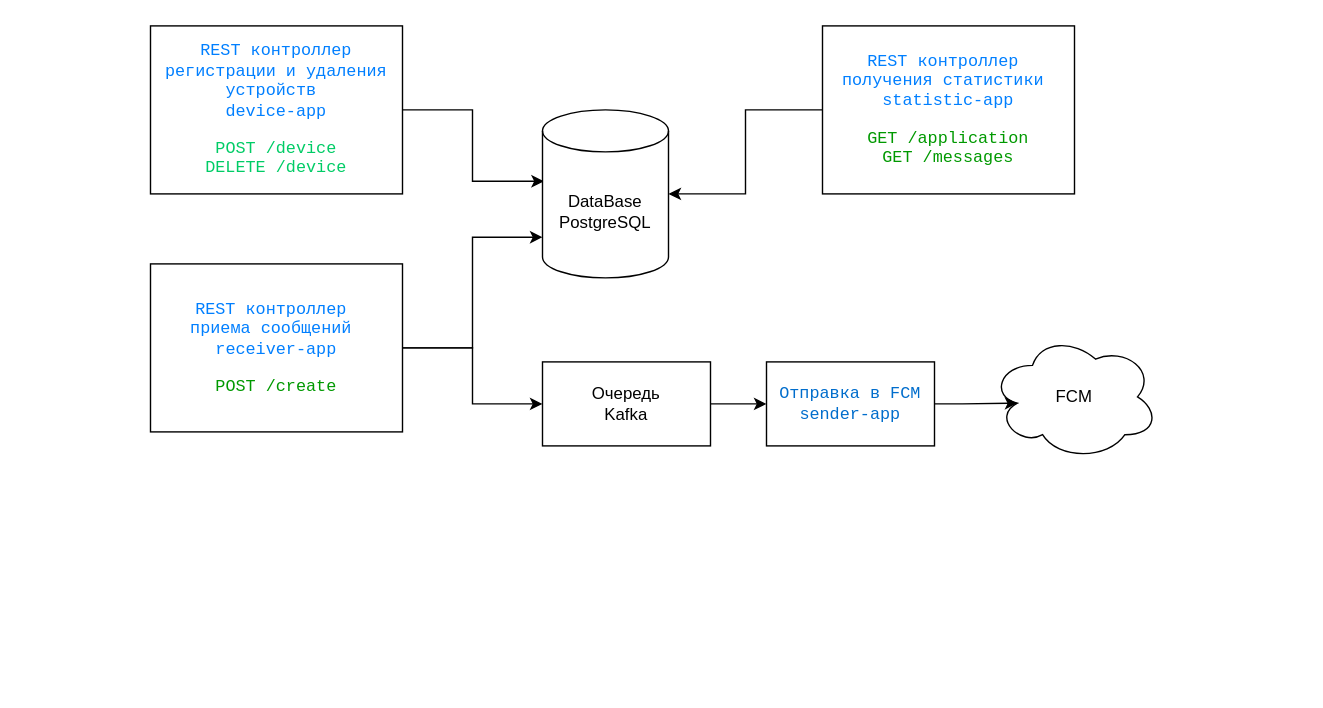
Earlier version of the draw.io diagram doc/diag.drawio (cherepakhin/lot4). Source tidied: cells renumbered, new cells numbered last; positions are measured from the earlier drawing's top-left corner, leaving out a move shared by most shapes. Both pictures are drawn from the tidied source at 140%, with x=0, y=0 at pixel (150, 25).
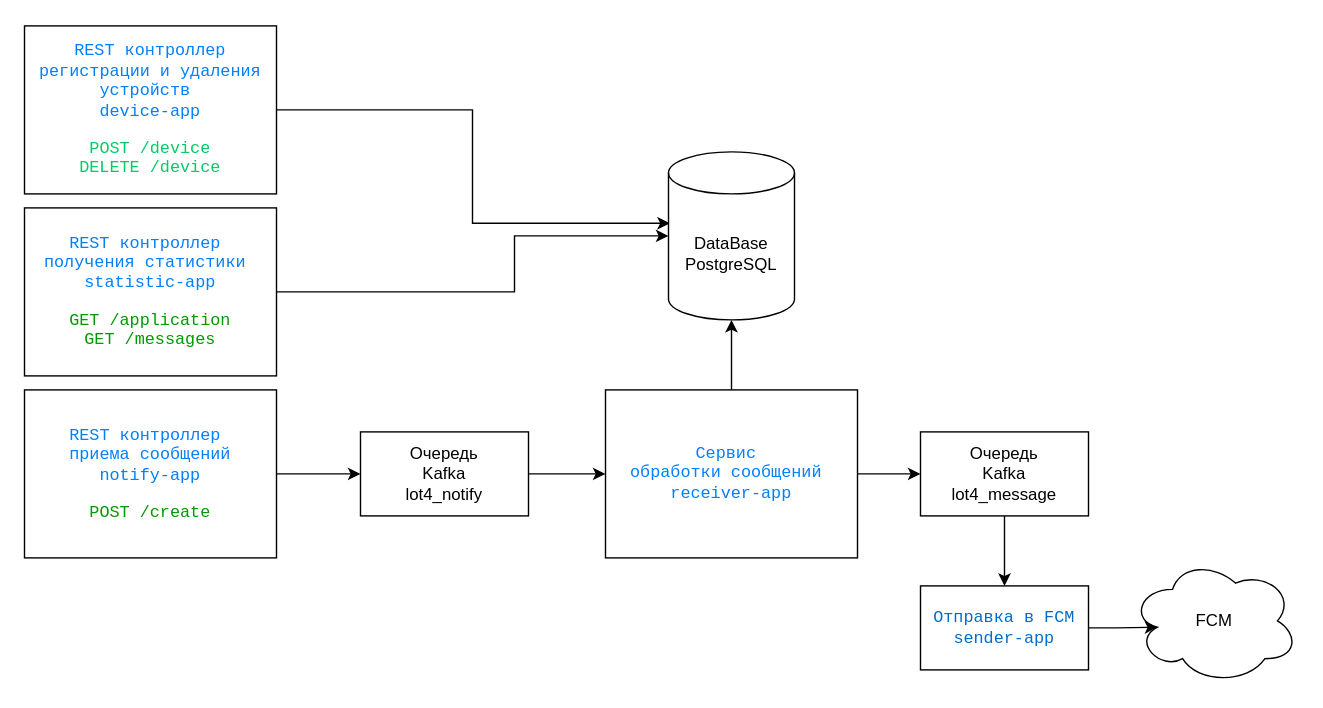
After the change.

Change to the diagram source:
```diff
@@
     <mxCell id="3" value="&lt;pre style=&quot;background-color: rgb(255 , 255 , 255) ; font-family: &amp;#34;liberation mono&amp;#34; , monospace&quot;&gt;&lt;font color=&quot;#007fff&quot;&gt;REST контроллер&lt;br&gt;регистрации и удаления&lt;br&gt;устройств &lt;br&gt;device-app&lt;/font&gt;&lt;/pre&gt;&lt;pre style=&quot;background-color: rgb(255 , 255 , 255) ; font-family: &amp;#34;liberation mono&amp;#34; , monospace&quot;&gt;&lt;pre style=&quot;font-family: &amp;#34;liberation mono&amp;#34; , monospace&quot;&gt;&lt;font color=&quot;#00cc66&quot;&gt;POST /device&lt;br/&gt;DELETE /device&lt;/font&gt;&lt;/pre&gt;&lt;/pre&gt;" style="rounded=0;whiteSpace=wrap;html=1;" parent="1" vertex="1">
-      <mxGeometry width="180" height="120" as="geometry" />
+      <mxGeometry x="-90" width="180" height="120" as="geometry" />
     </mxCell>
+    <mxCell id="5" style="edgeStyle=orthogonalEdgeStyle;rounded=0;jettySize=auto;html=1;exitX=1;exitY=0.5;exitDx=0;exitDy=0;entryX=0;entryY=0.5;entryDx=0;entryDy=0;" parent="1" edge="1" source="6" target="9">
+      <mxGeometry relative="1" as="geometry" />
+    </mxCell>
-    <mxCell id="4" style="edgeStyle=orthogonalEdgeStyle;rounded=0;jettySize=auto;html=1;exitX=1;exitY=0.5;exitDx=0;exitDy=0;entryX=0;entryY=0.758;entryDx=0;entryDy=0;entryPerimeter=0;" parent="1" edge="1" source="6" target="7">
+    <mxCell id="4" style="edgeStyle=orthogonalEdgeStyle;rounded=0;jettySize=auto;html=1;exitX=0.5;exitY=0;exitDx=0;exitDy=0;" parent="1" edge="1" source="6" target="7">
       <mxGeometry relative="1" as="geometry" />
     </mxCell>
-    <mxCell id="5" style="edgeStyle=orthogonalEdgeStyle;rounded=0;jettySize=auto;html=1;exitX=1;exitY=0.5;exitDx=0;exitDy=0;entryX=0;entryY=0.5;entryDx=0;entryDy=0;" parent="1" edge="1" source="6" target="9">
-      <mxGeometry relative="1" as="geometry" />
-    </mxCell>
-    <mxCell id="6" value="&lt;pre style=&quot;background-color: rgb(255 , 255 , 255) ; font-family: &amp;#34;liberation mono&amp;#34; , monospace&quot;&gt;&lt;font color=&quot;#007fff&quot;&gt;REST контроллер &lt;br&gt;приема сообщений &lt;br&gt;receiver-app&lt;/font&gt;&lt;/pre&gt;&lt;pre style=&quot;background-color: rgb(255 , 255 , 255) ; font-family: &amp;#34;liberation mono&amp;#34; , monospace&quot;&gt;&lt;font color=&quot;#009900&quot;&gt;POST /create&lt;/font&gt;&lt;/pre&gt;" style="rounded=0;whiteSpace=wrap;html=1;" parent="1" vertex="1">
-      <mxGeometry y="170" width="180" height="120" as="geometry" />
+    <mxCell id="6" value="&lt;pre style=&quot;background-color: rgb(255 , 255 , 255) ; font-family: &amp;#34;liberation mono&amp;#34; , monospace&quot;&gt;&lt;font color=&quot;#007fff&quot;&gt;Сервис &lt;br&gt;обработки сообщений &lt;br&gt;receiver-app&lt;/font&gt;&lt;/pre&gt;" style="rounded=0;whiteSpace=wrap;html=1;" parent="1" vertex="1">
+      <mxGeometry x="325" y="260" width="180" height="120" as="geometry" />
     </mxCell>
     <mxCell id="7" value="DataBase&lt;br&gt;PostgreSQL" style="shape=cylinder3;whiteSpace=wrap;html=1;boundedLbl=1;backgroundOutline=1;size=15;" parent="1" vertex="1">
-      <mxGeometry x="280" y="60" width="90" height="120" as="geometry" />
+      <mxGeometry x="370" y="90" width="90" height="120" as="geometry" />
     </mxCell>
-    <mxCell id="8" style="edgeStyle=orthogonalEdgeStyle;rounded=0;jettySize=auto;html=1;exitX=1;exitY=0.5;exitDx=0;exitDy=0;entryX=0;entryY=0.5;entryDx=0;entryDy=0;" parent="1" edge="1" source="9" target="12">
+    <mxCell id="8" style="edgeStyle=orthogonalEdgeStyle;rounded=0;jettySize=auto;html=1;exitX=0.5;exitY=1;exitDx=0;exitDy=0;" parent="1" edge="1" source="9" target="12">
       <mxGeometry relative="1" as="geometry" />
     </mxCell>
-    <mxCell id="9" value="Очередь&lt;br&gt;Kafka" style="rounded=0;whiteSpace=wrap;html=1;" parent="1" vertex="1">
-      <mxGeometry x="280" y="240" width="120" height="60" as="geometry" />
+    <mxCell id="9" value="Очередь&lt;br&gt;Kafka&lt;br&gt;lot4_message" style="rounded=0;whiteSpace=wrap;html=1;" parent="1" vertex="1">
+      <mxGeometry x="550" y="290" width="120" height="60" as="geometry" />
     </mxCell>
     <mxCell id="10" value="FCM" style="ellipse;shape=cloud;whiteSpace=wrap;html=1;" parent="1" vertex="1">
-      <mxGeometry x="600" y="220" width="120" height="90" as="geometry" />
+      <mxGeometry x="700" y="380" width="120" height="90" as="geometry" />
     </mxCell>
@@
     <mxCell id="12" value="&lt;pre style=&quot;background-color: #ffffff ; color: #080808 ; font-family: &amp;#34;liberation mono&amp;#34; , monospace ; font-size: 9 8pt&quot;&gt;&lt;span style=&quot;color: #006dcc&quot;&gt;Отправка в FCM&lt;br/&gt;sender-app&lt;/span&gt;&lt;/pre&gt;" style="rounded=0;whiteSpace=wrap;html=1;" parent="1" vertex="1">
-      <mxGeometry x="440" y="240" width="120" height="60" as="geometry" />
+      <mxGeometry x="550" y="400" width="120" height="60" as="geometry" />
     </mxCell>
-    <mxCell id="13" style="edgeStyle=orthogonalEdgeStyle;rounded=0;jettySize=auto;html=1;exitX=0;exitY=0.5;exitDx=0;exitDy=0;entryX=1;entryY=0.5;entryDx=0;entryDy=0;entryPerimeter=0;" parent="1" edge="1" source="14" target="7">
-      <mxGeometry relative="1" as="geometry" />
+    <mxCell id="13" style="edgeStyle=orthogonalEdgeStyle;rounded=0;jettySize=auto;html=1;exitX=0.5;exitY=0;exitDx=0;exitDy=0;entryX=0;entryY=0.5;entryDx=0;entryDy=0;entryPerimeter=0;" parent="1" edge="1" source="14" target="7">
+      <mxGeometry relative="1" as="geometry">
+        <Array as="points">
+          <mxPoint x="260" y="190" />
+          <mxPoint x="260" y="150" />
+        </Array>
+      </mxGeometry>
     </mxCell>
-    <mxCell id="14" value="&lt;pre style=&quot;background-color: rgb(255 , 255 , 255) ; font-family: &amp;#34;liberation mono&amp;#34; , monospace&quot;&gt;&lt;font color=&quot;#007fff&quot;&gt;REST контроллер &lt;br&gt;получения статистики &lt;br&gt;statistic-app&lt;/font&gt;&lt;/pre&gt;&lt;pre style=&quot;background-color: rgb(255 , 255 , 255) ; font-family: &amp;#34;liberation mono&amp;#34; , monospace&quot;&gt;&lt;font color=&quot;#009900&quot;&gt;GET /application&lt;br/&gt;GET /messages&lt;/font&gt;&lt;/pre&gt;" style="rounded=0;whiteSpace=wrap;html=1;" parent="1" vertex="1">
-      <mxGeometry x="480" width="180" height="120" as="geometry" />
+    <mxCell id="14" value="&lt;pre style=&quot;background-color: rgb(255 , 255 , 255) ; font-family: &amp;#34;liberation mono&amp;#34; , monospace&quot;&gt;&lt;font color=&quot;#007fff&quot;&gt;REST контроллер &lt;br&gt;получения статистики &lt;br&gt;statistic-app&lt;/font&gt;&lt;/pre&gt;&lt;pre style=&quot;background-color: rgb(255 , 255 , 255) ; font-family: &amp;#34;liberation mono&amp;#34; , monospace&quot;&gt;&lt;font color=&quot;#009900&quot;&gt;GET /application&lt;br/&gt;GET /messages&lt;/font&gt;&lt;/pre&gt;" style="rounded=0;whiteSpace=wrap;html=1;direction=south;" parent="1" vertex="1">
+      <mxGeometry x="-90" y="130" width="180" height="120" as="geometry" />
     </mxCell>
+    <mxCell id="15" style="edgeStyle=orthogonalEdgeStyle;rounded=0;jettySize=auto;html=1;exitX=0.5;exitY=0;exitDx=0;exitDy=0;entryX=0;entryY=0.5;entryDx=0;entryDy=0;" parent="1" edge="1" source="16" target="18">
+      <mxGeometry relative="1" as="geometry" />
+    </mxCell>
+    <mxCell id="16" value="&lt;pre style=&quot;background-color: rgb(255 , 255 , 255) ; font-family: &amp;#34;liberation mono&amp;#34; , monospace&quot;&gt;&lt;font color=&quot;#007fff&quot;&gt;REST контроллер &lt;br&gt;приема сообщений&lt;br/&gt;notify-app&lt;/font&gt;&lt;/pre&gt;&lt;pre style=&quot;background-color: rgb(255 , 255 , 255) ; font-family: &amp;#34;liberation mono&amp;#34; , monospace&quot;&gt;&lt;font color=&quot;#009900&quot;&gt;POST /create&lt;br&gt;&lt;/font&gt;&lt;/pre&gt;" style="rounded=0;whiteSpace=wrap;html=1;direction=south;" parent="1" vertex="1">
+      <mxGeometry x="-90" y="260" width="180" height="120" as="geometry" />
+    </mxCell>
+    <mxCell id="17" style="edgeStyle=orthogonalEdgeStyle;rounded=0;jettySize=auto;html=1;exitX=1;exitY=0.5;exitDx=0;exitDy=0;entryX=0;entryY=0.5;entryDx=0;entryDy=0;" parent="1" edge="1" source="18" target="6">
+      <mxGeometry relative="1" as="geometry" />
+    </mxCell>
+    <mxCell id="18" value="Очередь&lt;br&gt;Kafka&lt;br&gt;lot4_notify" style="rounded=0;whiteSpace=wrap;html=1;" parent="1" vertex="1">
+      <mxGeometry x="150" y="290" width="120" height="60" as="geometry" />
+    </mxCell>
```
